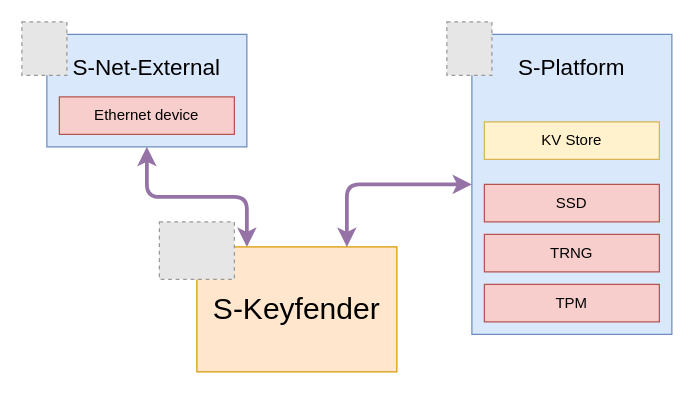
Above: docs/MuenSubjects.drawio in Nitrokey/nethsm (draw.io), before the change. Source tidied: cells renumbered, new cells numbered last; positions are measured from the earlier drawing's top-left corner, leaving out a move shared by most shapes. Both pictures are drawn from the tidied source at 125%, with x=0, y=0 at pixel (21, 21). Pictures stored in the file or linked from it are replaced by grey dashed boxes.
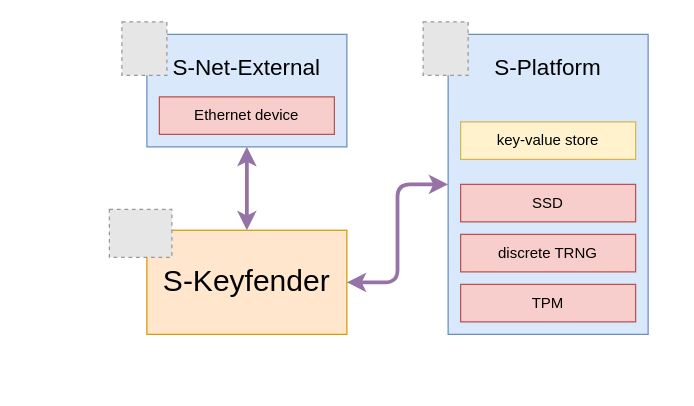
The same diagram, later.

Commit message (it also covers changes not shown here):
docs: use "discrete TRNG" consistently, link to TRNG repos, introduce hardware, Ext-Disaggregation added

The edit, as a diff of the source:
```diff
@@
 <mxGraphModel>
   <root>
     <mxCell id="0" />
     <mxCell id="1" parent="0" />
-    <mxCell id="2" style="edgeStyle=orthogonalEdgeStyle;rounded=1;jettySize=auto;html=1;exitX=0.5;exitY=1;exitDx=0;exitDy=0;entryX=0.25;entryY=0;entryDx=0;entryDy=0;startArrow=classic;startFill=1;strokeWidth=3;fillColor=#e1d5e7;strokeColor=#9673a6;" parent="1" edge="1" source="4" target="15">
+    <mxCell id="2" style="edgeStyle=orthogonalEdgeStyle;rounded=1;jettySize=auto;html=1;exitX=0.5;exitY=1;exitDx=0;exitDy=0;startArrow=classic;startFill=1;strokeWidth=3;fillColor=#e1d5e7;strokeColor=#9673a6;entryX=0.5;entryY=0;entryDx=0;entryDy=0;" parent="1" edge="1" source="4" target="15">
       <mxGeometry relative="1" as="geometry" />
     </mxCell>
     <mxCell id="3" style="group;" parent="1" vertex="1">
-      <mxGeometry x="20" y="10" width="160" height="110" as="geometry" />
+      <mxGeometry x="100" y="10" width="160" height="110" as="geometry" />
     </mxCell>
     <mxCell id="4" value="&lt;font style=&quot;&quot;&gt;&lt;font style=&quot;font-size: 18px;&quot;&gt;S-Net-External&lt;/font&gt;&lt;br&gt;&lt;/font&gt;" style="rounded=0;whiteSpace=wrap;html=1;fillColor=#dae8fc;strokeColor=#6c8ebf;verticalAlign=top;spacingTop=10;" parent="3" vertex="1">
       <mxGeometry width="160" height="90" as="geometry" />
     </mxCell>
     <mxCell id="5" value="Ethernet device" style="rounded=0;whiteSpace=wrap;html=1;fillColor=#f8cecc;strokeColor=#b85450;" parent="3" vertex="1">
       <mxGeometry x="10" y="50" width="140" height="30" as="geometry" />
     </mxCell>
     <mxCell id="6" style="fillColor=#E6E6E6;strokeColor=#999999;dashed=1;verticalLabelPosition=bottom;labelBackgroundColor=default;verticalAlign=top;" parent="3" vertex="1">
       <mxGeometry x="-20" y="-10" width="36" height="42.7" as="geometry" />
     </mxCell>
     <mxCell id="7" style="group;" parent="1" vertex="1">
-      <mxGeometry x="360" y="10" width="160" height="280" as="geometry" />
+      <mxGeometry x="341" y="10" width="160" height="280" as="geometry" />
     </mxCell>
     <mxCell id="8" value="&lt;font style=&quot;&quot;&gt;&lt;font style=&quot;font-size: 18px;&quot;&gt;S-Platform&lt;/font&gt;&lt;br&gt;&lt;/font&gt;" style="rounded=0;whiteSpace=wrap;html=1;fillColor=#dae8fc;strokeColor=#6c8ebf;verticalAlign=top;spacingTop=10;" parent="7" vertex="1">
       <mxGeometry width="160" height="240" as="geometry" />
     </mxCell>
     <mxCell id="9" value="SSD" style="rounded=0;whiteSpace=wrap;html=1;fillColor=#f8cecc;strokeColor=#b85450;" parent="7" vertex="1">
       <mxGeometry x="10" y="120" width="140" height="30" as="geometry" />
     </mxCell>
-    <mxCell id="10" value="TRNG" style="rounded=0;whiteSpace=wrap;html=1;fillColor=#f8cecc;strokeColor=#b85450;" parent="7" vertex="1">
+    <mxCell id="10" value="discrete TRNG" style="rounded=0;whiteSpace=wrap;html=1;fillColor=#f8cecc;strokeColor=#b85450;" parent="7" vertex="1">
       <mxGeometry x="10" y="160" width="140" height="30" as="geometry" />
     </mxCell>
     <mxCell id="11" value="TPM" style="rounded=0;whiteSpace=wrap;html=1;fillColor=#f8cecc;strokeColor=#b85450;" parent="7" vertex="1">
       <mxGeometry x="10" y="200" width="140" height="30" as="geometry" />
     </mxCell>
-    <mxCell id="12" value="KV Store" style="rounded=0;whiteSpace=wrap;html=1;fillColor=#fff2cc;strokeColor=#d6b656;" parent="7" vertex="1">
+    <mxCell id="12" value="key-value store" style="rounded=0;whiteSpace=wrap;html=1;fillColor=#fff2cc;strokeColor=#d6b656;" parent="7" vertex="1">
       <mxGeometry x="10" y="70" width="140" height="30" as="geometry" />
     </mxCell>
     <mxCell id="13" style="fillColor=#E6E6E6;strokeColor=#999999;dashed=1;verticalLabelPosition=bottom;labelBackgroundColor=default;verticalAlign=top;" parent="7" vertex="1">
       <mxGeometry x="-20" y="-10" width="36" height="42.7" as="geometry" />
     </mxCell>
     <mxCell id="14" style="group;" parent="1" vertex="1">
-      <mxGeometry x="110" y="160" width="190" height="120" as="geometry" />
+      <mxGeometry x="70" y="150" width="190" height="100" as="geometry" />
     </mxCell>
     <mxCell id="15" value="&lt;font style=&quot;font-size: 24px;&quot;&gt;S-Keyfender&lt;/font&gt;" style="rounded=0;whiteSpace=wrap;html=1;fillColor=#ffe6cc;strokeColor=#d79b00;" parent="14" vertex="1">
-      <mxGeometry x="30" y="20" width="160" height="100" as="geometry" />
+      <mxGeometry x="30" y="16.7" width="160" height="83.3" as="geometry" />
     </mxCell>
     <mxCell id="16" style="fillColor=#E6E6E6;strokeColor=#999999;dashed=1;verticalLabelPosition=bottom;labelBackgroundColor=default;verticalAlign=top;" parent="14" vertex="1">
-      <mxGeometry width="60" height="46" as="geometry" />
+      <mxGeometry width="50" height="38.3" as="geometry" />
     </mxCell>
-    <mxCell id="17" style="edgeStyle=orthogonalEdgeStyle;rounded=1;jettySize=auto;html=1;entryX=0;entryY=0.5;entryDx=0;entryDy=0;startArrow=classic;startFill=1;exitX=0.75;exitY=0;exitDx=0;exitDy=0;strokeColor=#9673a6;strokeWidth=3;fillColor=#e1d5e7;" parent="1" edge="1" source="15" target="8">
+    <mxCell id="17" style="edgeStyle=orthogonalEdgeStyle;rounded=1;jettySize=auto;html=1;entryX=0;entryY=0.5;entryDx=0;entryDy=0;startArrow=classic;startFill=1;exitX=1;exitY=0.5;exitDx=0;exitDy=0;strokeColor=#9673a6;strokeWidth=3;fillColor=#e1d5e7;" parent="1" edge="1" source="15" target="8">
       <mxGeometry relative="1" as="geometry" />
     </mxCell>
   </root>
 </mxGraphModel>
```
